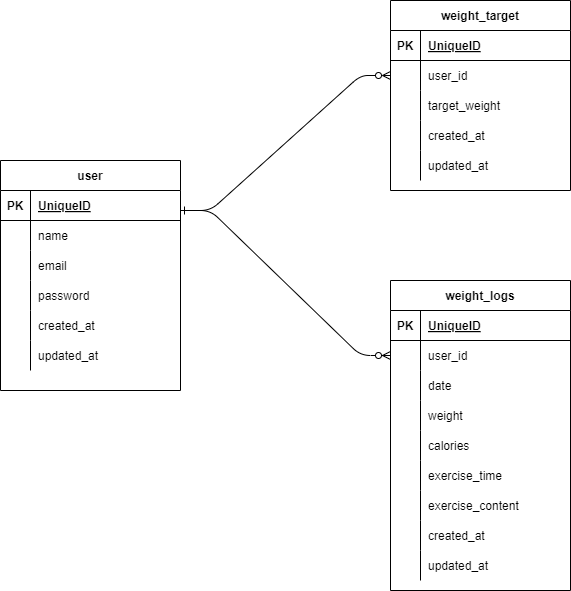
Before: docs/pigly.png, a diagram exported from draw.io (hiroko4ikeda8/pigly-laravel). Source tidied: cells renumbered, new cells last; positions are measured from the earlier drawing's top-left corner, leaving out a move shared by most shapes. Its diagram source:
```xml
<mxGraphModel>
  <root>
    <mxCell id="0" />
    <mxCell id="1" parent="0" />
    <mxCell id="2" value="user" style="shape=table;startSize=30;rowLines=0;fontStyle=1;align=center;" parent="1" vertex="1">
      <mxGeometry y="160" width="180" height="230" as="geometry" />
    </mxCell>
    <mxCell id="3" style="shape=tableRow;horizontal=0;startSize=0;swimlaneHead=0;swimlaneBody=0;fillColor=none;top=0;left=0;right=0;bottom=1;" parent="2" vertex="1">
      <mxGeometry y="30" width="180" height="30" as="geometry" />
    </mxCell>
    <mxCell id="4" value="PK" style="shape=partialRectangle;fillColor=none;top=0;left=0;bottom=0;right=0;fontStyle=1;overflow=hidden;" parent="3" vertex="1">
      <mxGeometry width="30" height="30" as="geometry" />
    </mxCell>
    <mxCell id="5" value="UniqueID" style="shape=partialRectangle;fillColor=none;top=0;left=0;bottom=0;right=0;align=left;spacingLeft=6;fontStyle=5;overflow=hidden;" parent="3" vertex="1">
      <mxGeometry x="30" width="150" height="30" as="geometry" />
    </mxCell>
    <mxCell id="6" style="shape=tableRow;horizontal=0;startSize=0;swimlaneHead=0;swimlaneBody=0;fillColor=none;top=0;left=0;right=0;bottom=0;" parent="2" vertex="1">
      <mxGeometry y="60" width="180" height="30" as="geometry" />
    </mxCell>
    <mxCell id="7" style="shape=partialRectangle;fillColor=none;top=0;left=0;bottom=0;right=0;overflow=hidden;" parent="6" vertex="1">
      <mxGeometry width="30" height="30" as="geometry" />
    </mxCell>
    <mxCell id="8" value="name" style="shape=partialRectangle;fillColor=none;top=0;left=0;bottom=0;right=0;align=left;spacingLeft=6;overflow=hidden;" parent="6" vertex="1">
      <mxGeometry x="30" width="150" height="30" as="geometry" />
    </mxCell>
    <mxCell id="9" style="shape=tableRow;horizontal=0;startSize=0;swimlaneHead=0;swimlaneBody=0;fillColor=none;top=0;left=0;right=0;bottom=0;" parent="2" vertex="1">
      <mxGeometry y="90" width="180" height="30" as="geometry" />
    </mxCell>
    <mxCell id="10" style="shape=partialRectangle;fillColor=none;top=0;left=0;bottom=0;right=0;overflow=hidden;" parent="9" vertex="1">
      <mxGeometry width="30" height="30" as="geometry" />
    </mxCell>
    <mxCell id="11" value="email " style="shape=partialRectangle;fillColor=none;top=0;left=0;bottom=0;right=0;align=left;spacingLeft=6;overflow=hidden;" parent="9" vertex="1">
      <mxGeometry x="30" width="150" height="30" as="geometry" />
    </mxCell>
    <mxCell id="12" style="shape=tableRow;horizontal=0;startSize=0;swimlaneHead=0;swimlaneBody=0;fillColor=none;top=0;left=0;right=0;bottom=0;" parent="2" vertex="1">
      <mxGeometry y="120" width="180" height="30" as="geometry" />
    </mxCell>
    <mxCell id="13" style="shape=partialRectangle;fillColor=none;top=0;left=0;bottom=0;right=0;overflow=hidden;" parent="12" vertex="1">
      <mxGeometry width="30" height="30" as="geometry" />
    </mxCell>
    <mxCell id="14" value="password" style="shape=partialRectangle;fillColor=none;top=0;left=0;bottom=0;right=0;align=left;spacingLeft=6;overflow=hidden;" parent="12" vertex="1">
      <mxGeometry x="30" width="150" height="30" as="geometry" />
    </mxCell>
    <mxCell id="15" style="shape=tableRow;horizontal=0;startSize=0;swimlaneHead=0;swimlaneBody=0;fillColor=none;top=0;left=0;right=0;bottom=0;" parent="2" vertex="1">
      <mxGeometry y="150" width="180" height="30" as="geometry" />
    </mxCell>
    <mxCell id="16" style="shape=partialRectangle;fillColor=none;top=0;left=0;bottom=0;right=0;overflow=hidden;" parent="15" vertex="1">
      <mxGeometry width="30" height="30" as="geometry" />
    </mxCell>
    <mxCell id="17" value="created_at" style="shape=partialRectangle;fillColor=none;top=0;left=0;bottom=0;right=0;align=left;spacingLeft=6;overflow=hidden;" parent="15" vertex="1">
      <mxGeometry x="30" width="150" height="30" as="geometry" />
    </mxCell>
    <mxCell id="18" style="shape=tableRow;horizontal=0;startSize=0;swimlaneHead=0;swimlaneBody=0;fillColor=none;top=0;left=0;right=0;bottom=0;" parent="2" vertex="1">
      <mxGeometry y="180" width="180" height="30" as="geometry" />
    </mxCell>
    <mxCell id="19" style="shape=partialRectangle;fillColor=none;top=0;left=0;bottom=0;right=0;overflow=hidden;" parent="18" vertex="1">
      <mxGeometry width="30" height="30" as="geometry" />
    </mxCell>
    <mxCell id="20" value="updated_at" style="shape=partialRectangle;fillColor=none;top=0;left=0;bottom=0;right=0;align=left;spacingLeft=6;overflow=hidden;" parent="18" vertex="1">
      <mxGeometry x="30" width="150" height="30" as="geometry" />
    </mxCell>
    <mxCell id="21" value="weight_target" style="shape=table;startSize=30;rowLines=0;fontStyle=1;align=center;" parent="1" vertex="1">
      <mxGeometry x="390" width="180" height="190" as="geometry" />
    </mxCell>
    <mxCell id="22" style="shape=tableRow;horizontal=0;startSize=0;swimlaneHead=0;swimlaneBody=0;fillColor=none;top=0;left=0;right=0;bottom=1;" parent="21" vertex="1">
      <mxGeometry y="30" width="180" height="30" as="geometry" />
    </mxCell>
    <mxCell id="23" value="PK" style="shape=partialRectangle;fillColor=none;top=0;left=0;bottom=0;right=0;fontStyle=1;overflow=hidden;" parent="22" vertex="1">
      <mxGeometry width="30" height="30" as="geometry" />
    </mxCell>
    <mxCell id="24" value="UniqueID" style="shape=partialRectangle;fillColor=none;top=0;left=0;bottom=0;right=0;align=left;spacingLeft=6;fontStyle=5;overflow=hidden;" parent="22" vertex="1">
      <mxGeometry x="30" width="150" height="30" as="geometry" />
    </mxCell>
    <mxCell id="25" style="shape=tableRow;horizontal=0;startSize=0;swimlaneHead=0;swimlaneBody=0;fillColor=none;points=[[0,0.5],[1,0.5]];portConstraint=eastwest;top=0;left=0;right=0;bottom=0;" parent="21" vertex="1">
      <mxGeometry y="60" width="180" height="30" as="geometry" />
    </mxCell>
    <mxCell id="26" style="shape=partialRectangle;fillColor=none;top=0;left=0;bottom=0;right=0;overflow=hidden;" parent="25" vertex="1">
      <mxGeometry width="30" height="30" as="geometry" />
    </mxCell>
    <mxCell id="27" value="user_id" style="shape=partialRectangle;fillColor=none;top=0;left=0;bottom=0;right=0;align=left;spacingLeft=6;overflow=hidden;" parent="25" vertex="1">
      <mxGeometry x="30" width="150" height="30" as="geometry" />
    </mxCell>
    <mxCell id="28" style="shape=tableRow;horizontal=0;startSize=0;swimlaneHead=0;swimlaneBody=0;fillColor=none;top=0;left=0;right=0;bottom=0;" parent="21" vertex="1">
      <mxGeometry y="90" width="180" height="30" as="geometry" />
    </mxCell>
    <mxCell id="29" style="shape=partialRectangle;fillColor=none;top=0;left=0;bottom=0;right=0;overflow=hidden;" parent="28" vertex="1">
      <mxGeometry width="30" height="30" as="geometry" />
    </mxCell>
    <mxCell id="30" value="target_weight" style="shape=partialRectangle;fillColor=none;top=0;left=0;bottom=0;right=0;align=left;spacingLeft=6;overflow=hidden;" parent="28" vertex="1">
      <mxGeometry x="30" width="150" height="30" as="geometry" />
    </mxCell>
    <mxCell id="31" style="shape=tableRow;horizontal=0;startSize=0;swimlaneHead=0;swimlaneBody=0;fillColor=none;top=0;left=0;right=0;bottom=0;" parent="21" vertex="1">
      <mxGeometry y="120" width="180" height="30" as="geometry" />
    </mxCell>
    <mxCell id="32" style="shape=partialRectangle;fillColor=none;top=0;left=0;bottom=0;right=0;overflow=hidden;" parent="31" vertex="1">
      <mxGeometry width="30" height="30" as="geometry" />
    </mxCell>
    <mxCell id="33" value="created_at" style="shape=partialRectangle;fillColor=none;top=0;left=0;bottom=0;right=0;align=left;spacingLeft=6;overflow=hidden;" parent="31" vertex="1">
      <mxGeometry x="30" width="150" height="30" as="geometry" />
    </mxCell>
    <mxCell id="34" style="shape=tableRow;horizontal=0;startSize=0;swimlaneHead=0;swimlaneBody=0;fillColor=none;top=0;left=0;right=0;bottom=0;" parent="21" vertex="1">
      <mxGeometry y="150" width="180" height="30" as="geometry" />
    </mxCell>
    <mxCell id="35" style="shape=partialRectangle;fillColor=none;top=0;left=0;bottom=0;right=0;overflow=hidden;" parent="34" vertex="1">
      <mxGeometry width="30" height="30" as="geometry" />
    </mxCell>
    <mxCell id="36" value="updated_at" style="shape=partialRectangle;fillColor=none;top=0;left=0;bottom=0;right=0;align=left;spacingLeft=6;overflow=hidden;" parent="34" vertex="1">
      <mxGeometry x="30" width="150" height="30" as="geometry" />
    </mxCell>
    <mxCell id="37" value="weight_logs" style="shape=table;startSize=30;rowLines=0;fontStyle=1;align=center;" parent="1" vertex="1">
      <mxGeometry x="390" y="280" width="180" height="310" as="geometry" />
    </mxCell>
    <mxCell id="38" style="shape=tableRow;horizontal=0;startSize=0;swimlaneHead=0;swimlaneBody=0;fillColor=none;top=0;left=0;right=0;bottom=1;" parent="37" vertex="1">
      <mxGeometry y="30" width="180" height="30" as="geometry" />
    </mxCell>
    <mxCell id="39" value="PK" style="shape=partialRectangle;fillColor=none;top=0;left=0;bottom=0;right=0;fontStyle=1;overflow=hidden;" parent="38" vertex="1">
      <mxGeometry width="30" height="30" as="geometry" />
    </mxCell>
    <mxCell id="40" value="UniqueID" style="shape=partialRectangle;fillColor=none;top=0;left=0;bottom=0;right=0;align=left;spacingLeft=6;fontStyle=5;overflow=hidden;" parent="38" vertex="1">
      <mxGeometry x="30" width="150" height="30" as="geometry" />
    </mxCell>
    <mxCell id="41" style="shape=tableRow;horizontal=0;startSize=0;swimlaneHead=0;swimlaneBody=0;fillColor=none;points=[[0,0.5],[1,0.5]];portConstraint=eastwest;top=0;left=0;right=0;bottom=0;" parent="37" vertex="1">
      <mxGeometry y="60" width="180" height="30" as="geometry" />
    </mxCell>
    <mxCell id="42" style="shape=partialRectangle;fillColor=none;top=0;left=0;bottom=0;right=0;overflow=hidden;" parent="41" vertex="1">
      <mxGeometry width="30" height="30" as="geometry" />
    </mxCell>
    <mxCell id="43" value="user_id" style="shape=partialRectangle;fillColor=none;top=0;left=0;bottom=0;right=0;align=left;spacingLeft=6;overflow=hidden;" parent="41" vertex="1">
      <mxGeometry x="30" width="150" height="30" as="geometry" />
    </mxCell>
    <mxCell id="44" style="shape=tableRow;horizontal=0;startSize=0;swimlaneHead=0;swimlaneBody=0;fillColor=none;top=0;left=0;right=0;bottom=0;" parent="37" vertex="1">
      <mxGeometry y="90" width="180" height="30" as="geometry" />
    </mxCell>
    <mxCell id="45" style="shape=partialRectangle;fillColor=none;top=0;left=0;bottom=0;right=0;overflow=hidden;" parent="44" vertex="1">
      <mxGeometry width="30" height="30" as="geometry" />
    </mxCell>
    <mxCell id="46" value="date" style="shape=partialRectangle;fillColor=none;top=0;left=0;bottom=0;right=0;align=left;spacingLeft=6;overflow=hidden;" parent="44" vertex="1">
      <mxGeometry x="30" width="150" height="30" as="geometry" />
    </mxCell>
    <mxCell id="47" style="shape=tableRow;horizontal=0;startSize=0;swimlaneHead=0;swimlaneBody=0;fillColor=none;top=0;left=0;right=0;bottom=0;" parent="37" vertex="1">
      <mxGeometry y="120" width="180" height="30" as="geometry" />
    </mxCell>
    <mxCell id="48" style="shape=partialRectangle;fillColor=none;top=0;left=0;bottom=0;right=0;overflow=hidden;" parent="47" vertex="1">
      <mxGeometry width="30" height="30" as="geometry" />
    </mxCell>
    <mxCell id="49" value="weight" style="shape=partialRectangle;fillColor=none;top=0;left=0;bottom=0;right=0;align=left;spacingLeft=6;overflow=hidden;" parent="47" vertex="1">
      <mxGeometry x="30" width="150" height="30" as="geometry" />
    </mxCell>
    <mxCell id="50" style="shape=tableRow;horizontal=0;startSize=0;swimlaneHead=0;swimlaneBody=0;fillColor=none;top=0;left=0;right=0;bottom=0;" parent="37" vertex="1">
      <mxGeometry y="150" width="180" height="30" as="geometry" />
    </mxCell>
    <mxCell id="51" style="shape=partialRectangle;fillColor=none;top=0;left=0;bottom=0;right=0;overflow=hidden;" parent="50" vertex="1">
      <mxGeometry width="30" height="30" as="geometry" />
    </mxCell>
    <mxCell id="52" value="calories" style="shape=partialRectangle;fillColor=none;top=0;left=0;bottom=0;right=0;align=left;spacingLeft=6;overflow=hidden;" parent="50" vertex="1">
      <mxGeometry x="30" width="150" height="30" as="geometry" />
    </mxCell>
    <mxCell id="53" style="shape=tableRow;horizontal=0;startSize=0;swimlaneHead=0;swimlaneBody=0;fillColor=none;top=0;left=0;right=0;bottom=0;" parent="37" vertex="1">
      <mxGeometry y="180" width="180" height="30" as="geometry" />
    </mxCell>
    <mxCell id="54" style="shape=partialRectangle;fillColor=none;top=0;left=0;bottom=0;right=0;overflow=hidden;" parent="53" vertex="1">
      <mxGeometry width="30" height="30" as="geometry" />
    </mxCell>
    <mxCell id="55" value="exercise_time" style="shape=partialRectangle;fillColor=none;top=0;left=0;bottom=0;right=0;align=left;spacingLeft=6;overflow=hidden;" parent="53" vertex="1">
      <mxGeometry x="30" width="150" height="30" as="geometry" />
    </mxCell>
    <mxCell id="56" style="shape=tableRow;horizontal=0;startSize=0;swimlaneHead=0;swimlaneBody=0;fillColor=none;top=0;left=0;right=0;bottom=0;" parent="37" vertex="1">
      <mxGeometry y="210" width="180" height="30" as="geometry" />
    </mxCell>
    <mxCell id="57" style="shape=partialRectangle;fillColor=none;top=0;left=0;bottom=0;right=0;overflow=hidden;" parent="56" vertex="1">
      <mxGeometry width="30" height="30" as="geometry" />
    </mxCell>
    <mxCell id="58" value="exercise_content" style="shape=partialRectangle;fillColor=none;top=0;left=0;bottom=0;right=0;align=left;spacingLeft=6;overflow=hidden;" parent="56" vertex="1">
      <mxGeometry x="30" width="150" height="30" as="geometry" />
    </mxCell>
    <mxCell id="59" style="shape=tableRow;horizontal=0;startSize=0;swimlaneHead=0;swimlaneBody=0;fillColor=none;top=0;left=0;right=0;bottom=0;" parent="37" vertex="1">
      <mxGeometry y="240" width="180" height="30" as="geometry" />
    </mxCell>
    <mxCell id="60" style="shape=partialRectangle;fillColor=none;top=0;left=0;bottom=0;right=0;overflow=hidden;" parent="59" vertex="1">
      <mxGeometry width="30" height="30" as="geometry" />
    </mxCell>
    <mxCell id="61" value="created_at" style="shape=partialRectangle;fillColor=none;top=0;left=0;bottom=0;right=0;align=left;spacingLeft=6;overflow=hidden;" parent="59" vertex="1">
      <mxGeometry x="30" width="150" height="30" as="geometry" />
    </mxCell>
    <mxCell id="62" style="shape=tableRow;horizontal=0;startSize=0;swimlaneHead=0;swimlaneBody=0;fillColor=none;top=0;left=0;right=0;bottom=0;" parent="37" vertex="1">
      <mxGeometry y="270" width="180" height="30" as="geometry" />
    </mxCell>
    <mxCell id="63" style="shape=partialRectangle;fillColor=none;top=0;left=0;bottom=0;right=0;overflow=hidden;" parent="62" vertex="1">
      <mxGeometry width="30" height="30" as="geometry" />
    </mxCell>
    <mxCell id="64" value="updated_at " style="shape=partialRectangle;fillColor=none;top=0;left=0;bottom=0;right=0;align=left;spacingLeft=6;overflow=hidden;" parent="62" vertex="1">
      <mxGeometry x="30" width="150" height="30" as="geometry" />
    </mxCell>
    <mxCell id="65" style="edgeStyle=entityRelationEdgeStyle;fontSize=12;html=1;endArrow=ERzeroToMany;endFill=0;entryX=0;entryY=0.5;entryDx=0;entryDy=0;startArrow=ERone;startFill=0;" parent="1" edge="1" target="25">
      <mxGeometry relative="1" as="geometry">
        <mxPoint x="180" y="210" as="sourcePoint" />
      </mxGeometry>
    </mxCell>
    <mxCell id="66" style="edgeStyle=entityRelationEdgeStyle;fontSize=12;html=1;endArrow=ERzeroToMany;endFill=1;entryX=0;entryY=0.5;entryDx=0;entryDy=0;" parent="1" edge="1" target="41">
      <mxGeometry relative="1" as="geometry">
        <mxPoint x="180" y="210" as="sourcePoint" />
      </mxGeometry>
    </mxCell>
  </root>
</mxGraphModel>
```
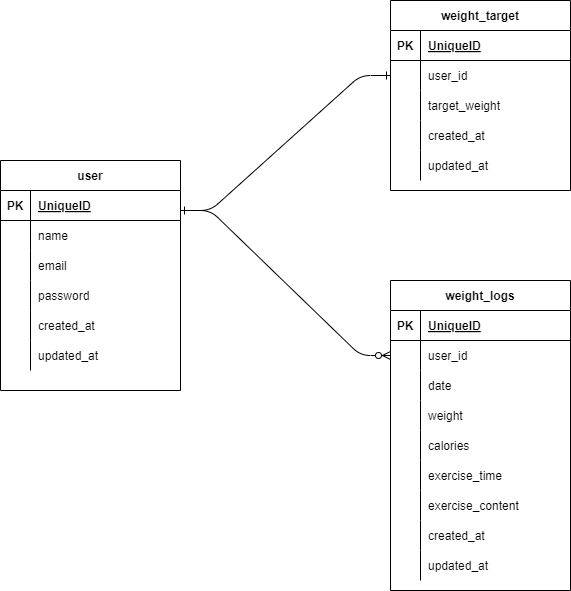
The same diagram one commit later.

Change to the diagram source:
```diff
@@ -191,15 +191,15 @@
     <mxCell id="64" value="updated_at " style="shape=partialRectangle;fillColor=none;top=0;left=0;bottom=0;right=0;align=left;spacingLeft=6;overflow=hidden;" parent="62" vertex="1">
       <mxGeometry x="30" width="150" height="30" as="geometry" />
     </mxCell>
-    <mxCell id="65" style="edgeStyle=entityRelationEdgeStyle;fontSize=12;html=1;endArrow=ERzeroToMany;endFill=0;entryX=0;entryY=0.5;entryDx=0;entryDy=0;startArrow=ERone;startFill=0;" parent="1" edge="1" target="25">
-      <mxGeometry relative="1" as="geometry">
-        <mxPoint x="180" y="210" as="sourcePoint" />
-      </mxGeometry>
-    </mxCell>
-    <mxCell id="66" style="edgeStyle=entityRelationEdgeStyle;fontSize=12;html=1;endArrow=ERzeroToMany;endFill=1;entryX=0;entryY=0.5;entryDx=0;entryDy=0;" parent="1" edge="1" target="41">
+    <mxCell id="66" style="edgeStyle=entityRelationEdgeStyle;fontSize=12;html=1;endArrow=ERzeroToMany;endFill=1;entryX=0;entryY=0.5;entryDx=0;entryDy=0;startArrow=ERone;startFill=0;" parent="1" edge="1" target="41">
       <mxGeometry relative="1" as="geometry">
         <mxPoint x="180" y="210" as="sourcePoint" />
       </mxGeometry>
     </mxCell>
+    <mxCell id="67" style="edgeStyle=entityRelationEdgeStyle;fontSize=12;html=1;endArrow=ERone;endFill=1;entryX=0;entryY=0.5;entryDx=0;entryDy=0;" parent="1" edge="1" target="25">
+      <mxGeometry relative="1" as="geometry">
+        <mxPoint x="180" y="210" as="sourcePoint" />
+      </mxGeometry>
+    </mxCell>
   </root>
 </mxGraphModel>
```
